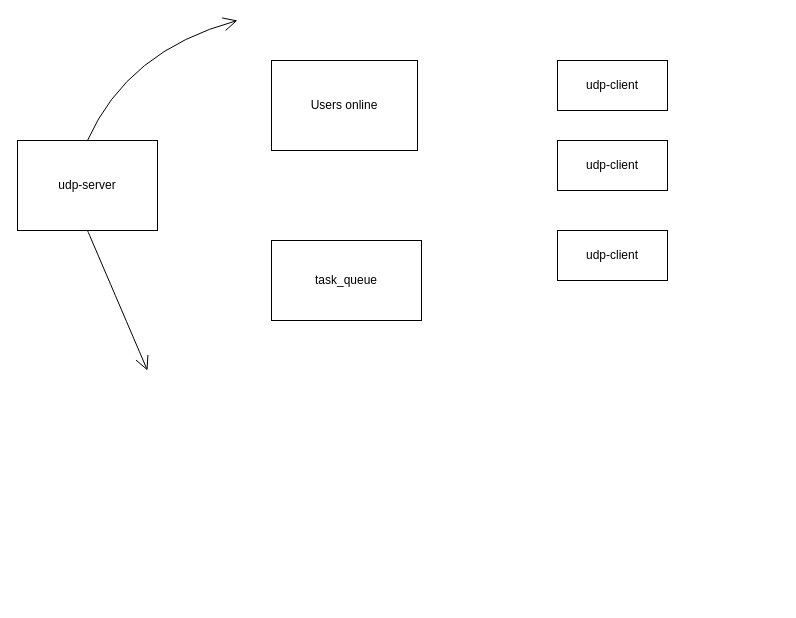
The draw.io diagram 未命名绘图.drawio in xunyi-ovo/cpp, before the edit. Source tidied: cells renumbered, new cells numbered last; positions are measured from the earlier drawing's top-left corner, leaving out a move shared by most shapes. Both pictures are drawn from the tidied source at 100%, with x=0, y=0 at pixel (17, 20).
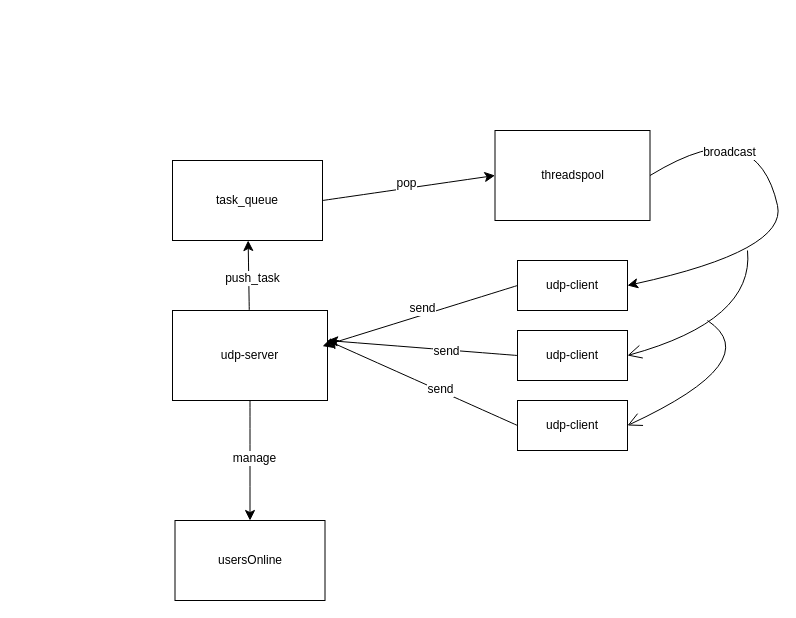
After the change.

What changed in the source:
```diff
@@
+    <mxCell id="10" style="edgeStyle=none;curved=1;rounded=0;jettySize=auto;html=1;fontSize=12;startSize=8;endSize=8;" parent="1" edge="1" source="2" target="3">
+      <mxGeometry relative="1" as="geometry" />
+    </mxCell>
+    <mxCell id="11" value="push_task" style="edgeLabel;html=1;align=center;verticalAlign=middle;fontSize=12;" parent="10" vertex="1">
+      <mxGeometry x="-0.08" y="-3" relative="1" as="geometry" />
+    </mxCell>
+    <mxCell id="12" style="edgeStyle=none;curved=1;rounded=0;jettySize=auto;html=1;exitX=0.5;exitY=1;exitDx=0;exitDy=0;entryX=0.5;entryY=0;entryDx=0;entryDy=0;fontSize=12;startSize=8;endSize=8;" parent="1" edge="1" source="2" target="24">
+      <mxGeometry relative="1" as="geometry" />
+    </mxCell>
+    <mxCell id="13" value="manage" style="edgeLabel;html=1;align=center;verticalAlign=middle;fontSize=12;" parent="12" vertex="1">
+      <mxGeometry x="-0.05" y="4" relative="1" as="geometry" />
+    </mxCell>
     <mxCell id="2" value="udp-server" style="html=1;whiteSpace=wrap;" parent="1" vertex="1">
-      <mxGeometry y="120" width="140" height="90" as="geometry" />
+      <mxGeometry x="155" y="290" width="155" height="90" as="geometry" />
     </mxCell>
+    <mxCell id="14" style="edgeStyle=none;curved=1;rounded=0;jettySize=auto;html=1;exitX=1;exitY=0.5;exitDx=0;exitDy=0;entryX=0;entryY=0.5;entryDx=0;entryDy=0;fontSize=12;startSize=8;endSize=8;" parent="1" edge="1" source="3" target="7">
+      <mxGeometry relative="1" as="geometry" />
+    </mxCell>
+    <mxCell id="15" value="pop" style="edgeLabel;html=1;align=center;verticalAlign=middle;fontSize=12;" parent="14" vertex="1">
+      <mxGeometry x="-0.02" y="5" relative="1" as="geometry" />
+    </mxCell>
     <mxCell id="3" value="task_queue" style="html=1;whiteSpace=wrap;" parent="1" vertex="1">
-      <mxGeometry x="254" y="220" width="150" height="80" as="geometry" />
+      <mxGeometry x="155" y="140" width="150" height="80" as="geometry" />
     </mxCell>
     <mxCell id="4" value="udp-client" style="html=1;whiteSpace=wrap;" parent="1" vertex="1">
-      <mxGeometry x="540" y="40" width="110" height="50" as="geometry" />
+      <mxGeometry x="500" y="240" width="110" height="50" as="geometry" />
     </mxCell>
+    <mxCell id="16" style="edgeStyle=none;curved=1;rounded=0;jettySize=auto;html=1;exitX=0;exitY=0.5;exitDx=0;exitDy=0;fontSize=12;startSize=8;endSize=8;" parent="1" edge="1" source="5">
+      <mxGeometry relative="1" as="geometry">
+        <mxPoint x="310" y="320" as="targetPoint" />
+      </mxGeometry>
+    </mxCell>
+    <mxCell id="17" value="send" style="edgeLabel;html=1;align=center;verticalAlign=middle;fontSize=12;" parent="16" vertex="1">
+      <mxGeometry x="-0.24" relative="1" as="geometry">
+        <mxPoint y="1" as="offset" />
+      </mxGeometry>
+    </mxCell>
     <mxCell id="5" value="udp-client" style="html=1;whiteSpace=wrap;" parent="1" vertex="1">
-      <mxGeometry x="540" y="120" width="110" height="50" as="geometry" />
+      <mxGeometry x="500" y="310" width="110" height="50" as="geometry" />
     </mxCell>
+    <mxCell id="18" style="edgeStyle=none;curved=1;rounded=0;jettySize=auto;html=1;exitX=0;exitY=0.5;exitDx=0;exitDy=0;fontSize=12;startSize=8;endSize=8;" parent="1" edge="1" source="6">
+      <mxGeometry relative="1" as="geometry">
+        <mxPoint x="310" y="320" as="targetPoint" />
+      </mxGeometry>
+    </mxCell>
+    <mxCell id="19" value="send" style="edgeLabel;html=1;align=center;verticalAlign=middle;fontSize=12;" parent="18" vertex="1">
+      <mxGeometry x="-0.17" y="-2" relative="1" as="geometry" />
+    </mxCell>
     <mxCell id="6" value="udp-client" style="html=1;whiteSpace=wrap;" parent="1" vertex="1">
-      <mxGeometry x="540" y="210" width="110" height="50" as="geometry" />
+      <mxGeometry x="500" y="380" width="110" height="50" as="geometry" />
     </mxCell>
+    <mxCell id="20" style="edgeStyle=none;curved=1;rounded=0;jettySize=auto;html=1;exitX=1;exitY=0.5;exitDx=0;exitDy=0;fontSize=12;startSize=8;endSize=8;entryX=1;entryY=0.5;entryDx=0;entryDy=0;" parent="1" edge="1" source="7" target="4">
+      <mxGeometry relative="1" as="geometry">
+        <Array as="points">
+          <mxPoint x="690" y="120" />
+          <mxPoint x="750" y="140" />
+          <mxPoint x="770" y="230" />
+        </Array>
+      </mxGeometry>
+    </mxCell>
+    <mxCell id="21" value="broadcast" style="edgeLabel;html=1;align=center;verticalAlign=middle;fontSize=12;" parent="20" vertex="1">
+      <mxGeometry x="-0.53" y="-4" relative="1" as="geometry" />
+    </mxCell>
-    <mxCell id="7" value="Users online" style="html=1;whiteSpace=wrap;" parent="1" vertex="1">
-      <mxGeometry x="254" y="40" width="146" height="90" as="geometry" />
+    <mxCell id="7" value="threadspool" style="html=1;whiteSpace=wrap;" parent="1" vertex="1">
+      <mxGeometry x="477.5" y="110" width="155" height="90" as="geometry" />
     </mxCell>
-    <mxCell id="8" style="endArrow=open;endFill=1;endSize=12;html=1;rounded=0;fontSize=12;curved=1;exitX=0.5;exitY=1;exitDx=0;exitDy=0;" parent="1" edge="1" source="2">
-      <mxGeometry relative="1" as="geometry">
-        <mxPoint x="130" y="350" as="targetPoint" />
-      </mxGeometry>
-    </mxCell>
-    <mxCell id="9" style="endArrow=open;endFill=1;endSize=12;html=1;rounded=0;fontSize=12;curved=1;exitX=0.5;exitY=0;exitDx=0;exitDy=0;" parent="1" edge="1" source="2">
-      <mxGeometry relative="1" as="geometry">
-        <mxPoint x="220" as="targetPoint" />
-        <Array as="points">
-          <mxPoint x="110" y="30" />
-        </Array>
-      </mxGeometry>
-    </mxCell>
+    <mxCell id="22" style="edgeStyle=none;curved=1;rounded=0;jettySize=auto;html=1;exitX=0;exitY=0.5;exitDx=0;exitDy=0;entryX=0.968;entryY=0.396;entryDx=0;entryDy=0;entryPerimeter=0;fontSize=12;startSize=8;endSize=8;" parent="1" edge="1" source="4" target="2">
+      <mxGeometry relative="1" as="geometry" />
+    </mxCell>
+    <mxCell id="23" value="send" style="edgeLabel;html=1;align=center;verticalAlign=middle;fontSize=12;" parent="22" vertex="1">
+      <mxGeometry x="-0.04" y="-6" relative="1" as="geometry">
+        <mxPoint y="-1" as="offset" />
+      </mxGeometry>
+    </mxCell>
+    <mxCell id="24" value="usersOnline" style="html=1;whiteSpace=wrap;" parent="1" vertex="1">
+      <mxGeometry x="157.5" y="500" width="150" height="80" as="geometry" />
+    </mxCell>
+    <mxCell id="25" style="endArrow=open;endFill=1;endSize=12;html=1;rounded=0;fontSize=12;curved=1;entryX=1;entryY=0.5;entryDx=0;entryDy=0;" parent="1" edge="1" target="5">
+      <mxGeometry relative="1" as="geometry">
+        <mxPoint x="730" y="230" as="sourcePoint" />
+        <Array as="points">
+          <mxPoint x="737" y="300" />
+        </Array>
+      </mxGeometry>
+    </mxCell>
+    <mxCell id="26" style="endArrow=open;endFill=1;endSize=12;html=1;rounded=0;fontSize=12;curved=1;entryX=1;entryY=0.5;entryDx=0;entryDy=0;" parent="1" edge="1" target="6">
+      <mxGeometry relative="1" as="geometry">
+        <mxPoint x="690" y="300" as="sourcePoint" />
+        <Array as="points">
+          <mxPoint x="750" y="340" />
+        </Array>
+      </mxGeometry>
+    </mxCell>
```
